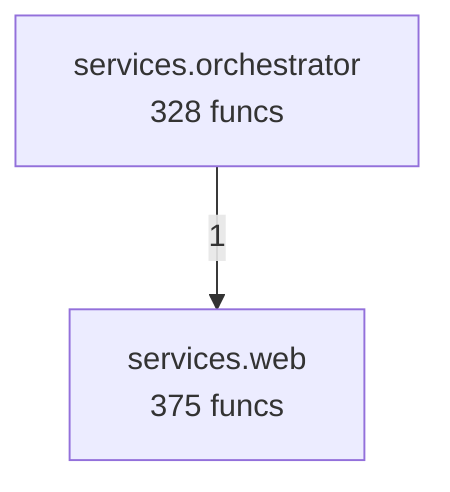
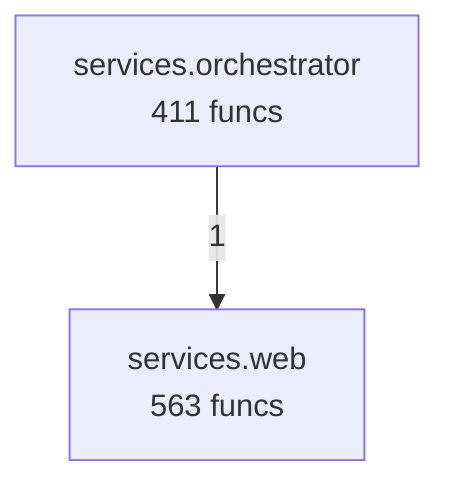
flowchart TD
%% generated in 0.02s
-     services__orchestrator["services.orchestrator<br/>328 funcs"]
-     services__web["services.web<br/>375 funcs"]
+     services__orchestrator["services.orchestrator<br/>411 funcs"]
+     services__web["services.web<br/>563 funcs"]
    services__orchestrator -->|1| services__web
